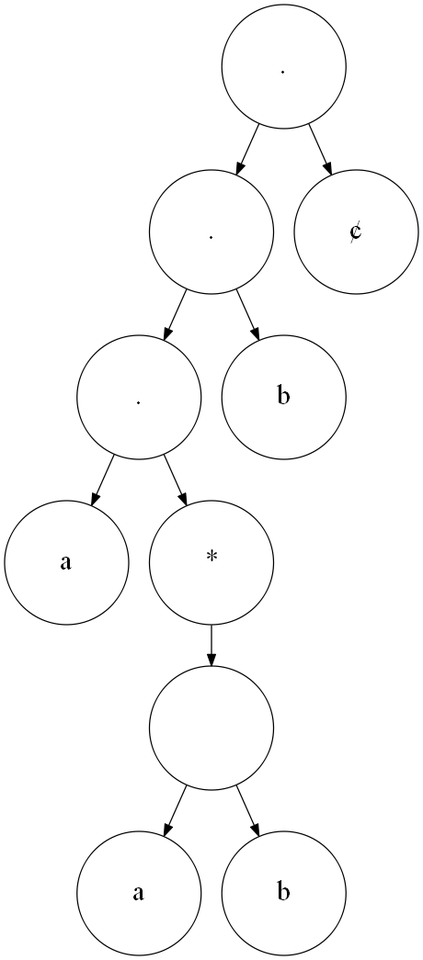
This is tree_Expresion1.png from montherbasir/Practica1_OLC1, a Graphviz export, as it was before one commit. Its source is kept beside it as tree_Expresion1.dot.
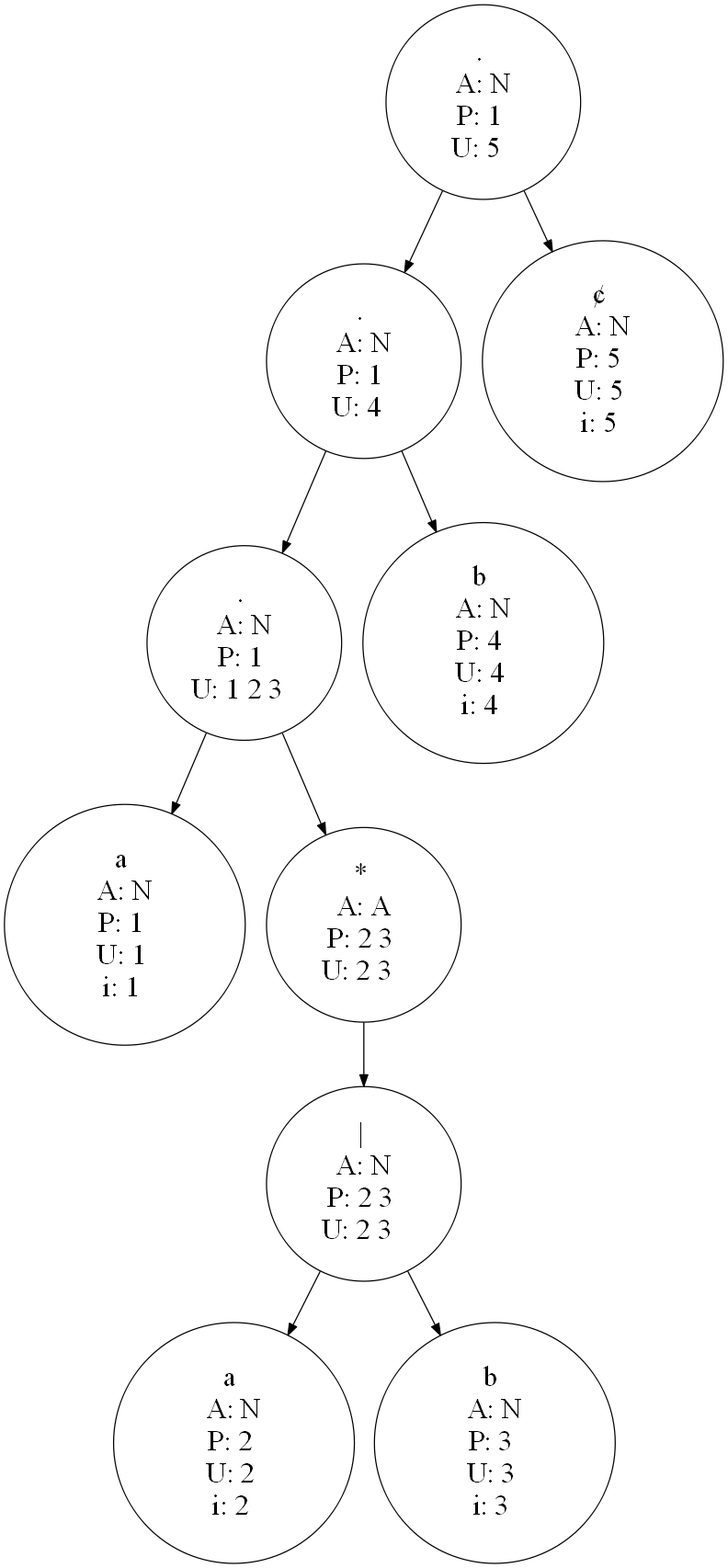
After the commit.

The edit, as a diff of the source:
```diff
@@ -4,23 +4,58 @@
 node [shape=circle, height=0.5, width=1.5, fontsize=25];
 graph[dpi=90];
 
-"0" [label="."];
-"1" [label="."];
-"2" [label="."];
-"3" [label="a"];
+"0" [label=".
+A: N
+P: 1
+U: 5  "];
+"1" [label=".
+A: N
+P: 1
+U: 4  "];
+"2" [label=".
+A: N
+P: 1
+U: 1 2 3  "];
+"3" [label="a
+A: N
+P: 1
+U: 1
+i: 1 "];
 "2" -> "3";
-"4" [label="*"];
-"5" [label="|"];
-"6" [label="a"];
+"4" [label="*
+A: A
+P: 2 3
+U: 2 3  "];
+"5" [label="|
+A: N
+P: 2 3
+U: 2 3  "];
+"6" [label="a
+A: N
+P: 2
+U: 2
+i: 2 "];
 "5" -> "6";
-"7" [label="b"];
+"7" [label="b
+A: N
+P: 3
+U: 3
+i: 3 "];
 "5" -> "7";
 "4" -> "5";
 "2" -> "4";
 "1" -> "2";
-"8" [label="b"];
+"8" [label="b
+A: N
+P: 4
+U: 4
+i: 4 "];
 "1" -> "8";
 "0" -> "1";
-"9" [label="¢"];
+"9" [label="¢
+A: N
+P: 5
+U: 5
+i: 5 "];
 "0" -> "9";
 }
```
